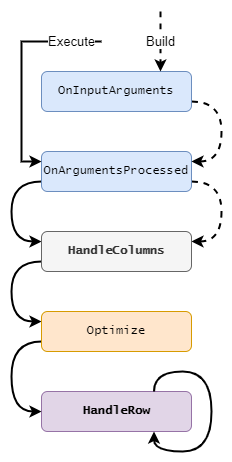
Earlier version of the draw.io export user-guide/images/GQI_CustomOperatorLifeCycle.png (SkylineCommunications/dataminer-docs). Source tidied: cells renumbered, new cells last; positions are measured from the earlier drawing's top-left corner, leaving out a move shared by most shapes.
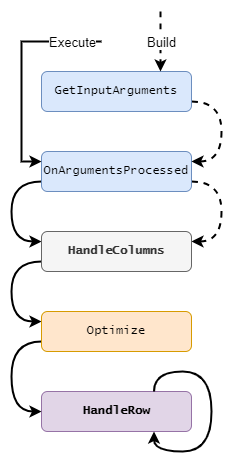
The same file after the commit.

Commit message:
Correct OnInputArguments to GetInputArguments in the life cycle diagrams

Diff of the diagram source:
```diff
@@ -29,7 +29,7 @@
         </Array>
       </mxGeometry>
     </mxCell>
-    <mxCell id="6" value="OnInputArguments" style="rounded=1;whiteSpace=wrap;html=1;fillColor=#dae8fc;strokeColor=#6c8ebf;fontFamily=Lucida Console;" parent="1" vertex="1">
+    <mxCell id="6" value="GetInputArguments" style="rounded=1;whiteSpace=wrap;html=1;fillColor=#dae8fc;strokeColor=#6c8ebf;fontFamily=Lucida Console;" parent="1" vertex="1">
       <mxGeometry x="30" y="60" width="150" height="40" as="geometry" />
     </mxCell>
     <mxCell id="7" style="edgeStyle=orthogonalEdgeStyle;shape=connector;curved=1;rounded=0;jettySize=auto;html=1;exitX=0;exitY=0.75;exitDx=0;exitDy=0;entryX=0;entryY=0.25;entryDx=0;entryDy=0;labelBackgroundColor=default;strokeColor=default;strokeWidth=2;align=center;verticalAlign=middle;fontFamily=Helvetica;fontSize=11;fontColor=default;endArrow=classic;" parent="1" edge="1" source="8" target="16">
```
